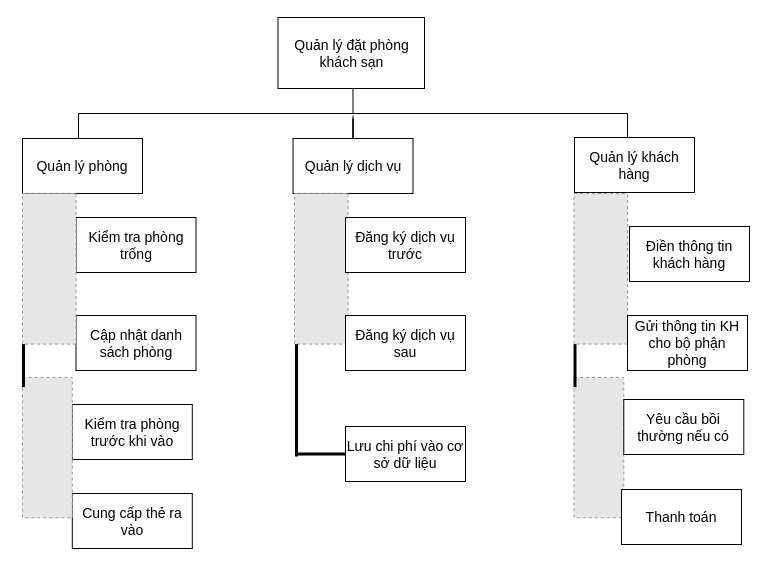
Above: chart_3.drawio in gakucode0602/Chart (draw.io), before the change. Source tidied: cells renumbered, new cells numbered last; positions are measured from the earlier drawing's top-left corner, leaving out a move shared by most shapes. Both pictures are drawn from the tidied source at 100%, with x=0, y=0 at pixel (18, 17). Pictures stored in the file or linked from it are replaced by grey dashed boxes.
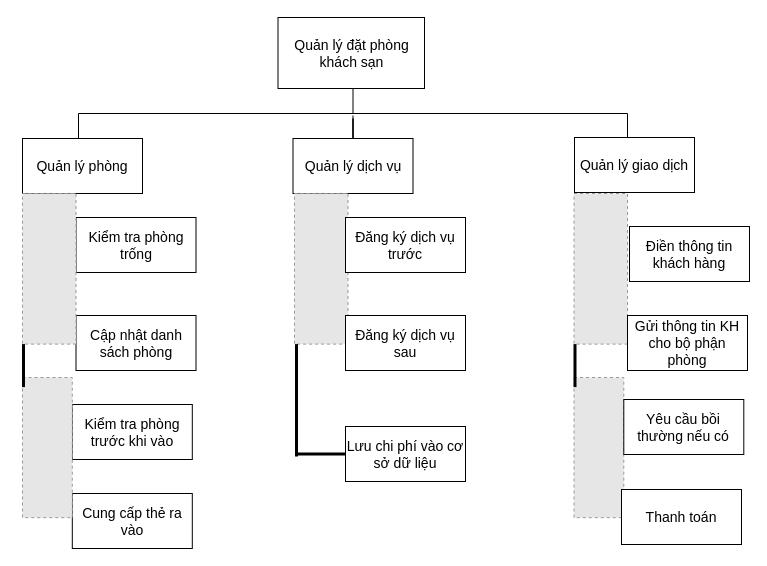
The same diagram, later.

Commit message:
Cập nhật chart_3.drawio

What changed in the source:
```diff
@@
-    <mxCell id="5" value="Quản lý khách hàng" style="rounded=0;whiteSpace=wrap;html=1;fontSize=14;strokeWidth=1;" parent="1" vertex="1">
+    <mxCell id="5" value="Quản lý giao dịch" style="rounded=0;whiteSpace=wrap;html=1;fontSize=14;strokeWidth=1;" parent="1" vertex="1">
       <mxGeometry x="556" y="120" width="120" height="55" as="geometry" />
     </mxCell>
```
